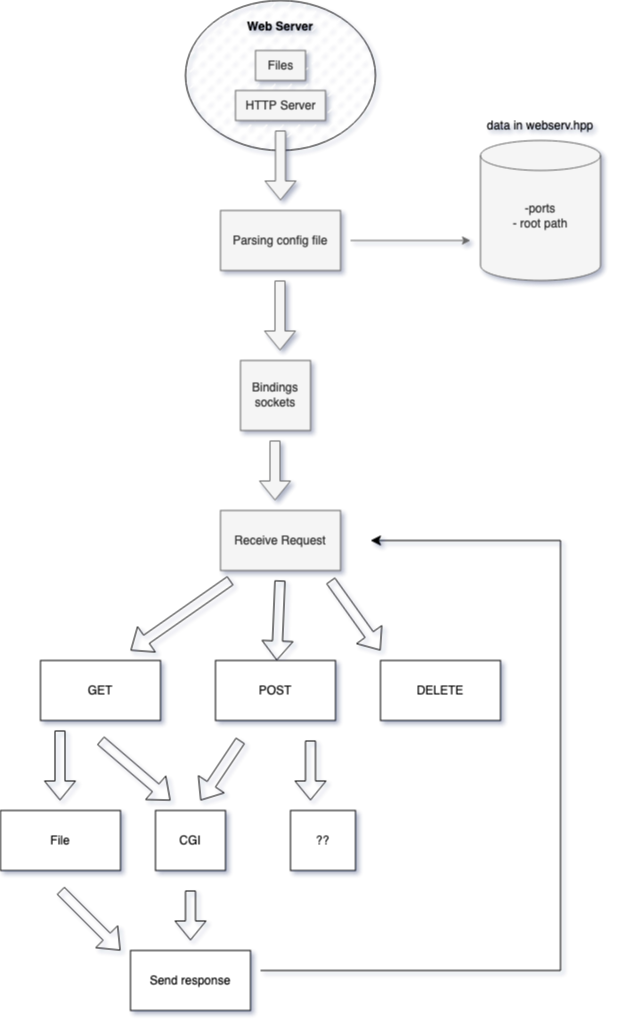
Earlier version of the draw.io export Diagram Webserv.drawio.png (es4nchez/webserv). Source tidied: cells renumbered, new cells last; positions are measured from the earlier drawing's top-left corner, leaving out a move shared by most shapes. Its diagram source:
```xml
<mxGraphModel background="#ffffff" shadow="1">
  <root>
    <mxCell id="0" />
    <mxCell id="1" parent="0" />
    <mxCell id="2" value="&lt;div&gt;&lt;br&gt;&lt;/div&gt;&lt;div style=&quot;line-height: 100%;&quot; align=&quot;center&quot;&gt;&lt;b&gt;Web Server&lt;/b&gt;&lt;br&gt;&lt;/div&gt;" style="ellipse;whiteSpace=wrap;html=1;labelBackgroundColor=none;fillColor=default;fillStyle=dashed;verticalAlign=top;" parent="1" vertex="1">
      <mxGeometry x="185" width="190" height="150" as="geometry" />
    </mxCell>
    <mxCell id="3" value="Files" style="text;html=1;align=center;verticalAlign=middle;strokeColor=#666666;fillColor=#f5f5f5;fontColor=#333333;" parent="1" vertex="1">
      <mxGeometry x="255" y="50" width="50" height="30" as="geometry" />
    </mxCell>
    <mxCell id="4" style="shape=flexArrow;endArrow=classic;html=1;rounded=0;fillColor=#f5f5f5;strokeColor=#666666;" parent="1" edge="1">
      <mxGeometry relative="1" as="geometry">
        <mxPoint x="280" y="130" as="sourcePoint" />
        <mxPoint x="280" y="200" as="targetPoint" />
      </mxGeometry>
    </mxCell>
    <mxCell id="5" value="Parsing config file" style="rounded=0;whiteSpace=wrap;html=1;fillColor=#f5f5f5;fontColor=#333333;strokeColor=#666666;" parent="1" vertex="1">
      <mxGeometry x="220" y="210" width="120" height="60" as="geometry" />
    </mxCell>
    <mxCell id="6" style="endArrow=classic;html=1;rounded=0;fillColor=#f5f5f5;strokeColor=#666666;" parent="1" edge="1">
      <mxGeometry relative="1" as="geometry">
        <mxPoint x="350" y="240" as="sourcePoint" />
        <mxPoint x="470" y="240" as="targetPoint" />
      </mxGeometry>
    </mxCell>
    <mxCell id="7" value="&lt;div&gt;-ports&lt;/div&gt;&lt;div&gt;- root path&lt;/div&gt;&lt;div&gt;&lt;br&gt;&lt;/div&gt;" style="shape=cylinder3;whiteSpace=wrap;html=1;boundedLbl=1;backgroundOutline=1;size=15;fillColor=#f5f5f5;fontColor=#333333;strokeColor=#666666;" parent="1" vertex="1">
      <mxGeometry x="480" y="140" width="120" height="140" as="geometry" />
    </mxCell>
    <mxCell id="8" value="data in webserv.hpp" style="text;html=1;strokeColor=none;fillColor=none;align=center;verticalAlign=middle;whiteSpace=wrap;rounded=0;" parent="1" vertex="1">
      <mxGeometry x="470" y="110" width="140" height="30" as="geometry" />
    </mxCell>
    <mxCell id="9" style="shape=flexArrow;endArrow=classic;html=1;rounded=0;fillColor=#f5f5f5;strokeColor=#666666;" parent="1" edge="1">
      <mxGeometry relative="1" as="geometry">
        <mxPoint x="279.5" y="280" as="sourcePoint" />
        <mxPoint x="279.5" y="350" as="targetPoint" />
      </mxGeometry>
    </mxCell>
    <mxCell id="10" value="&lt;div&gt;Bindings sockets&lt;/div&gt;" style="whiteSpace=wrap;html=1;fillColor=#f5f5f5;fontColor=#333333;strokeColor=#666666;" parent="1" vertex="1">
      <mxGeometry x="240" y="360" width="70" height="70" as="geometry" />
    </mxCell>
    <mxCell id="11" style="shape=flexArrow;endArrow=classic;html=1;rounded=0;fillColor=#f5f5f5;strokeColor=#666666;" parent="1" edge="1">
      <mxGeometry relative="1" as="geometry">
        <mxPoint x="274.5" y="440" as="sourcePoint" />
        <mxPoint x="274.5" y="500" as="targetPoint" />
      </mxGeometry>
    </mxCell>
    <mxCell id="12" value="Receive Request" style="whiteSpace=wrap;html=1;fillColor=#f5f5f5;fontColor=#333333;strokeColor=#666666;" parent="1" vertex="1">
      <mxGeometry x="220" y="510" width="120" height="60" as="geometry" />
    </mxCell>
    <mxCell id="13" style="shape=flexArrow;endArrow=classic;html=1;rounded=0;" parent="1" edge="1">
      <mxGeometry relative="1" as="geometry">
        <mxPoint x="230" y="580" as="sourcePoint" />
        <mxPoint x="130" y="650" as="targetPoint" />
      </mxGeometry>
    </mxCell>
    <mxCell id="14" style="shape=flexArrow;endArrow=classic;html=1;rounded=0;" parent="1" edge="1" target="16">
      <mxGeometry relative="1" as="geometry">
        <mxPoint x="279.5" y="580" as="sourcePoint" />
      </mxGeometry>
    </mxCell>
    <mxCell id="15" style="shape=flexArrow;endArrow=classic;html=1;rounded=0;" parent="1" edge="1">
      <mxGeometry relative="1" as="geometry">
        <mxPoint x="330" y="580" as="sourcePoint" />
        <mxPoint x="380" y="650" as="targetPoint" />
      </mxGeometry>
    </mxCell>
    <mxCell id="16" value="&lt;div&gt;POST&lt;/div&gt;" style="rounded=0;whiteSpace=wrap;html=1;" parent="1" vertex="1">
      <mxGeometry x="215" y="660" width="120" height="60" as="geometry" />
    </mxCell>
    <mxCell id="17" value="&lt;div&gt;&lt;br&gt;&lt;/div&gt;&lt;div&gt;GET&lt;/div&gt;&lt;div&gt;&lt;br&gt;&lt;/div&gt;" style="rounded=0;whiteSpace=wrap;html=1;" parent="1" vertex="1">
      <mxGeometry x="40" y="660" width="120" height="60" as="geometry" />
    </mxCell>
    <mxCell id="18" value="DELETE" style="rounded=0;whiteSpace=wrap;html=1;" parent="1" vertex="1">
      <mxGeometry x="380" y="660" width="120" height="60" as="geometry" />
    </mxCell>
    <mxCell id="19" style="shape=flexArrow;endArrow=classic;html=1;rounded=0;" parent="1" edge="1">
      <mxGeometry relative="1" as="geometry">
        <mxPoint x="100" y="740" as="sourcePoint" />
        <mxPoint x="170" y="800" as="targetPoint" />
      </mxGeometry>
    </mxCell>
    <mxCell id="20" style="edgeStyle=segmentEdgeStyle;endArrow=classic;html=1;curved=0;rounded=0;endSize=8;startSize=8;" parent="1" edge="1">
      <mxGeometry relative="1" as="geometry">
        <mxPoint x="260" y="970" as="sourcePoint" />
        <mxPoint x="370" y="540" as="targetPoint" />
        <Array as="points">
          <mxPoint x="300" y="970" />
          <mxPoint x="560" y="970" />
          <mxPoint x="560" y="540" />
        </Array>
      </mxGeometry>
    </mxCell>
    <mxCell id="21" value="&lt;div&gt;Send response&lt;/div&gt;" style="rounded=0;whiteSpace=wrap;html=1;" parent="1" vertex="1">
      <mxGeometry x="130" y="950" width="120" height="60" as="geometry" />
    </mxCell>
    <mxCell id="22" value="HTTP Server" style="text;html=1;align=center;verticalAlign=middle;strokeColor=#666666;fillColor=#f5f5f5;fontColor=#333333;" parent="1" vertex="1">
      <mxGeometry x="235" y="90" width="90" height="30" as="geometry" />
    </mxCell>
    <mxCell id="23" style="shape=flexArrow;endArrow=classic;html=1;rounded=0;" parent="1" edge="1">
      <mxGeometry relative="1" as="geometry">
        <mxPoint x="240" y="740" as="sourcePoint" />
        <mxPoint x="200" y="800" as="targetPoint" />
      </mxGeometry>
    </mxCell>
    <mxCell id="24" style="shape=flexArrow;endArrow=classic;html=1;rounded=0;" parent="1" edge="1">
      <mxGeometry relative="1" as="geometry">
        <mxPoint x="310" y="740" as="sourcePoint" />
        <mxPoint x="310" y="800" as="targetPoint" />
      </mxGeometry>
    </mxCell>
    <mxCell id="25" value="CGI" style="rounded=0;whiteSpace=wrap;html=1;" parent="1" vertex="1">
      <mxGeometry x="155" y="810" width="70" height="60" as="geometry" />
    </mxCell>
    <mxCell id="26" style="shape=flexArrow;endArrow=classic;html=1;rounded=0;" parent="1" edge="1">
      <mxGeometry relative="1" as="geometry">
        <mxPoint x="59.5" y="730" as="sourcePoint" />
        <mxPoint x="59.5" y="800" as="targetPoint" />
      </mxGeometry>
    </mxCell>
    <mxCell id="27" value="File" style="rounded=0;whiteSpace=wrap;html=1;" parent="1" vertex="1">
      <mxGeometry y="810" width="120" height="60" as="geometry" />
    </mxCell>
    <mxCell id="28" value="??" style="rounded=0;whiteSpace=wrap;html=1;" parent="1" vertex="1">
      <mxGeometry x="290" y="810" width="65" height="60" as="geometry" />
    </mxCell>
    <mxCell id="29" style="shape=flexArrow;endArrow=classic;html=1;rounded=0;" parent="1" edge="1">
      <mxGeometry relative="1" as="geometry">
        <mxPoint x="60" y="890" as="sourcePoint" />
        <mxPoint x="120" y="950" as="targetPoint" />
      </mxGeometry>
    </mxCell>
    <mxCell id="30" style="shape=flexArrow;endArrow=classic;html=1;rounded=0;" parent="1" edge="1">
      <mxGeometry relative="1" as="geometry">
        <mxPoint x="190" y="890" as="sourcePoint" />
        <mxPoint x="190" y="940" as="targetPoint" />
      </mxGeometry>
    </mxCell>
  </root>
</mxGraphModel>
```
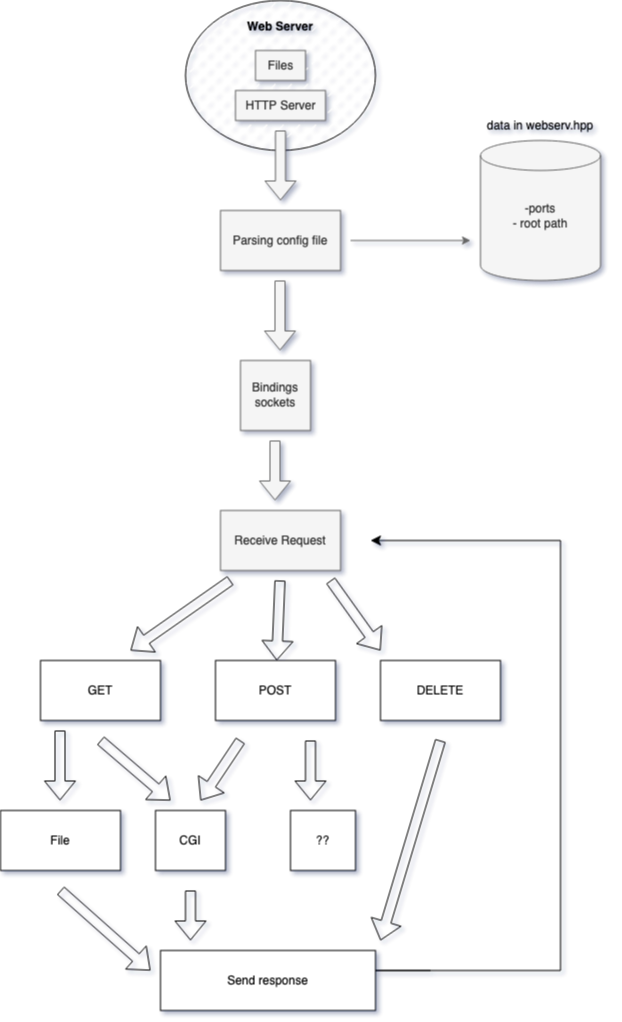
After the change.

Commit message:
Mettre à jour Diagram Webserv.drawio.png

The edit, as a diff of the source:
```diff
@@ -81,7 +81,7 @@
     </mxCell>
     <mxCell id="20" style="edgeStyle=segmentEdgeStyle;endArrow=classic;html=1;curved=0;rounded=0;endSize=8;startSize=8;" parent="1" edge="1">
       <mxGeometry relative="1" as="geometry">
-        <mxPoint x="260" y="970" as="sourcePoint" />
+        <mxPoint x="430" y="970" as="sourcePoint" />
         <mxPoint x="370" y="540" as="targetPoint" />
         <Array as="points">
           <mxPoint x="300" y="970" />
@@ -91,7 +91,7 @@
       </mxGeometry>
     </mxCell>
     <mxCell id="21" value="&lt;div&gt;Send response&lt;/div&gt;" style="rounded=0;whiteSpace=wrap;html=1;" parent="1" vertex="1">
-      <mxGeometry x="130" y="950" width="120" height="60" as="geometry" />
+      <mxGeometry x="160" y="950" width="215" height="60" as="geometry" />
     </mxCell>
     <mxCell id="22" value="HTTP Server" style="text;html=1;align=center;verticalAlign=middle;strokeColor=#666666;fillColor=#f5f5f5;fontColor=#333333;" parent="1" vertex="1">
       <mxGeometry x="235" y="90" width="90" height="30" as="geometry" />
@@ -126,7 +126,7 @@
     <mxCell id="29" style="shape=flexArrow;endArrow=classic;html=1;rounded=0;" parent="1" edge="1">
       <mxGeometry relative="1" as="geometry">
         <mxPoint x="60" y="890" as="sourcePoint" />
-        <mxPoint x="120" y="950" as="targetPoint" />
+        <mxPoint x="150" y="970" as="targetPoint" />
       </mxGeometry>
     </mxCell>
     <mxCell id="30" style="shape=flexArrow;endArrow=classic;html=1;rounded=0;" parent="1" edge="1">
@@ -135,5 +135,11 @@
         <mxPoint x="190" y="940" as="targetPoint" />
       </mxGeometry>
     </mxCell>
+    <mxCell id="31" style="shape=flexArrow;endArrow=classic;html=1;rounded=0;" parent="1" edge="1">
+      <mxGeometry relative="1" as="geometry">
+        <mxPoint x="440" y="740" as="sourcePoint" />
+        <mxPoint x="380" y="940" as="targetPoint" />
+      </mxGeometry>
+    </mxCell>
   </root>
 </mxGraphModel>
```
